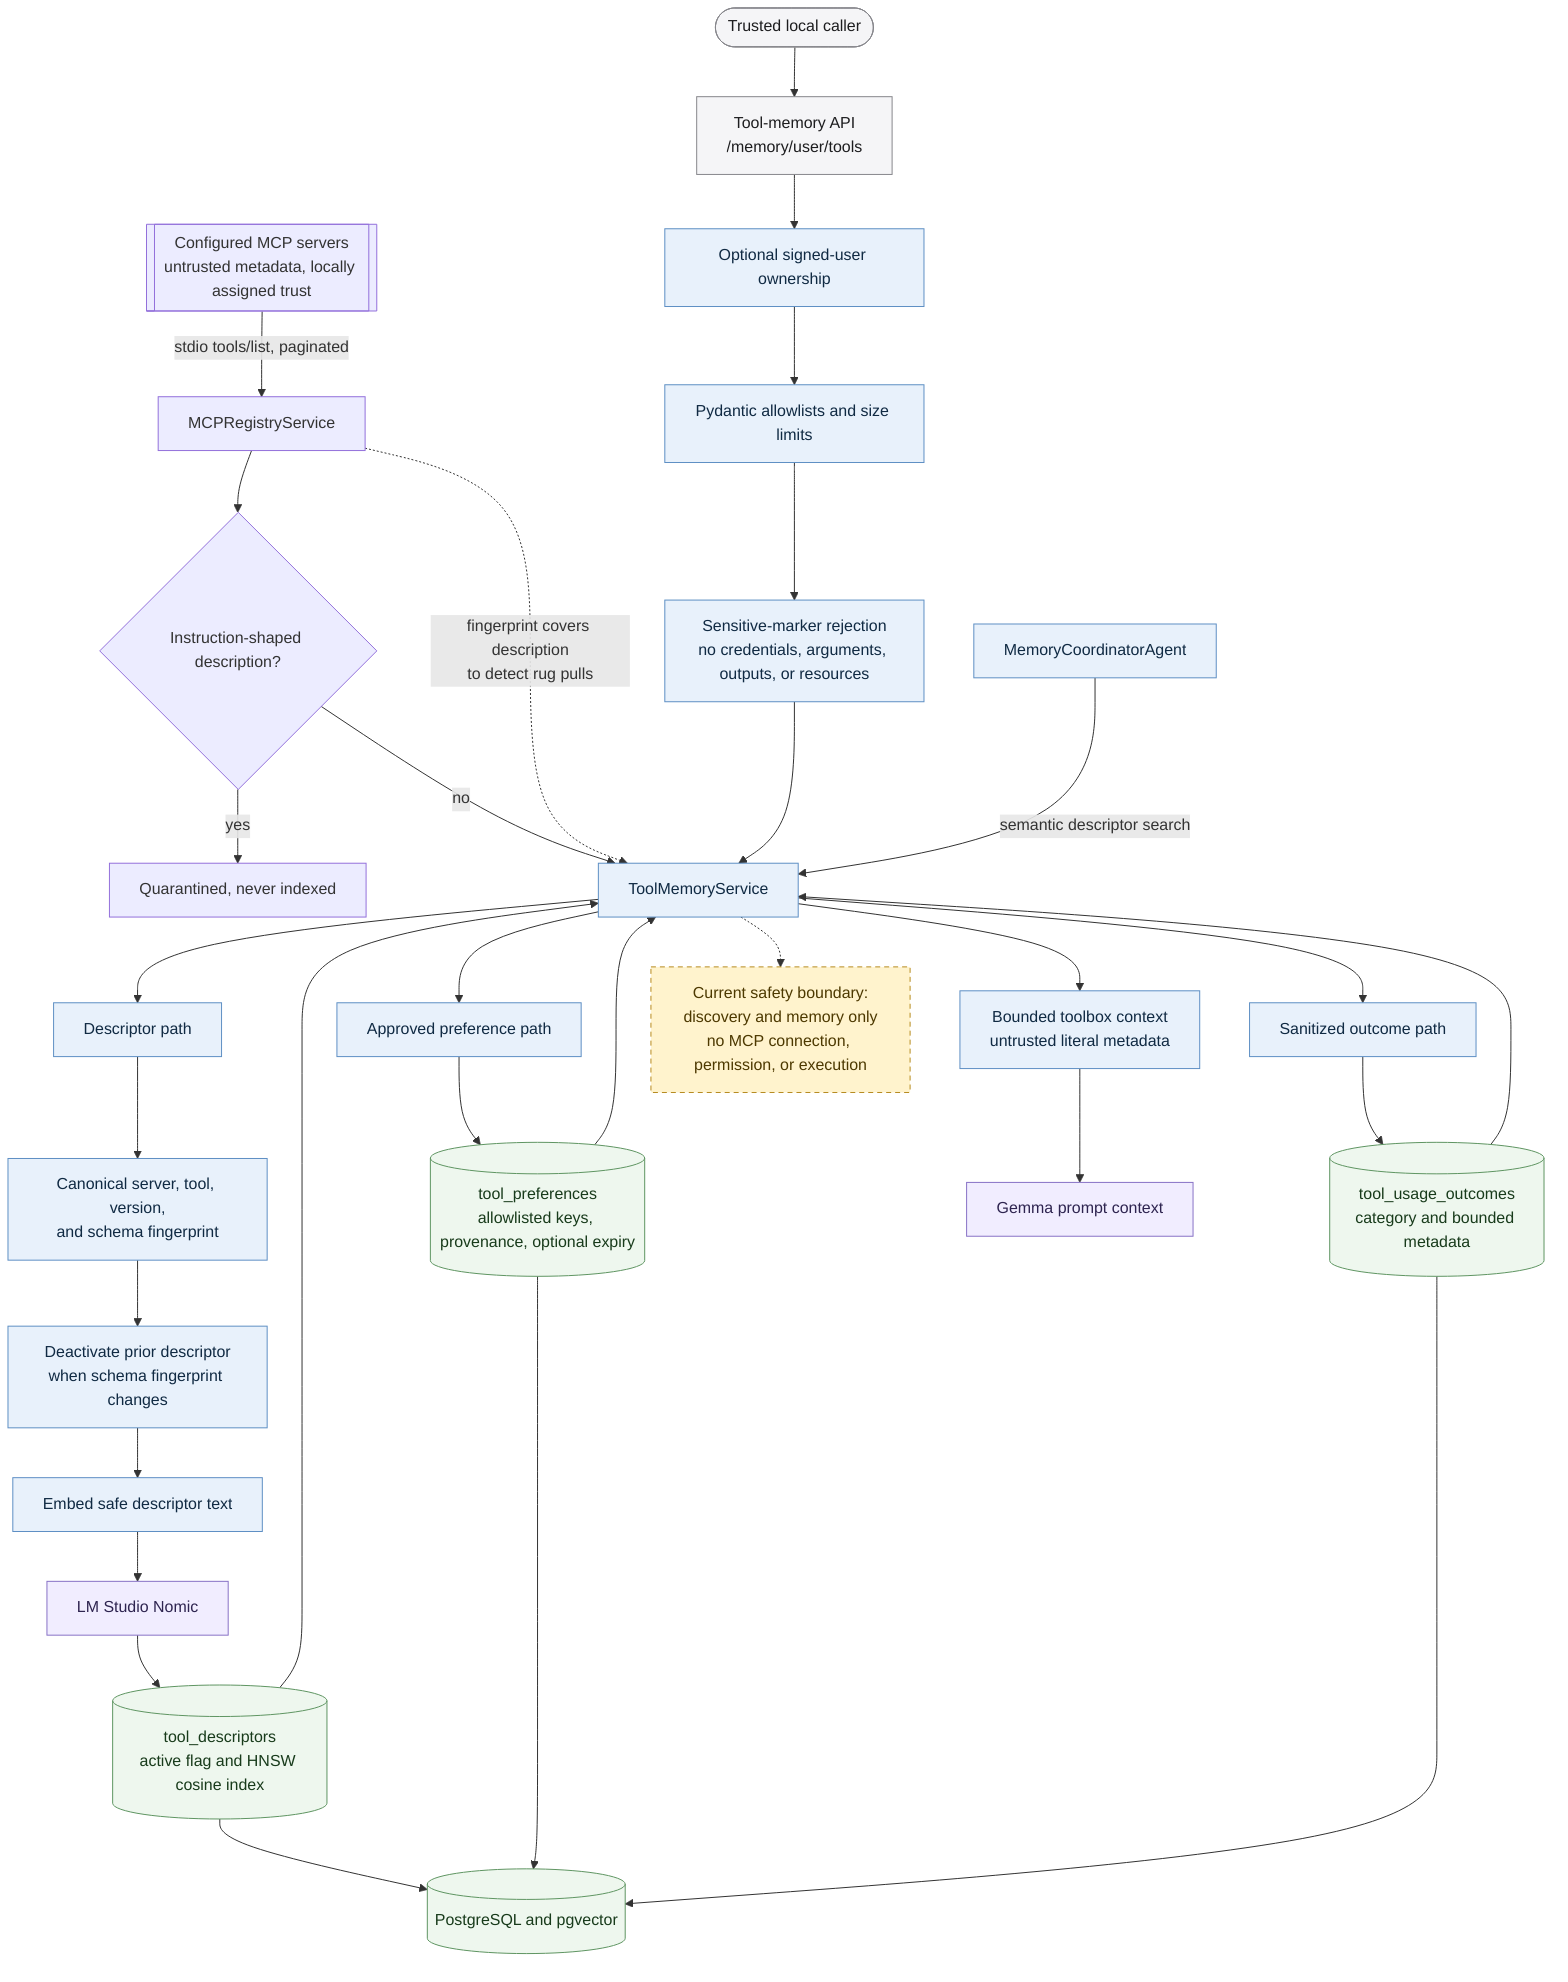
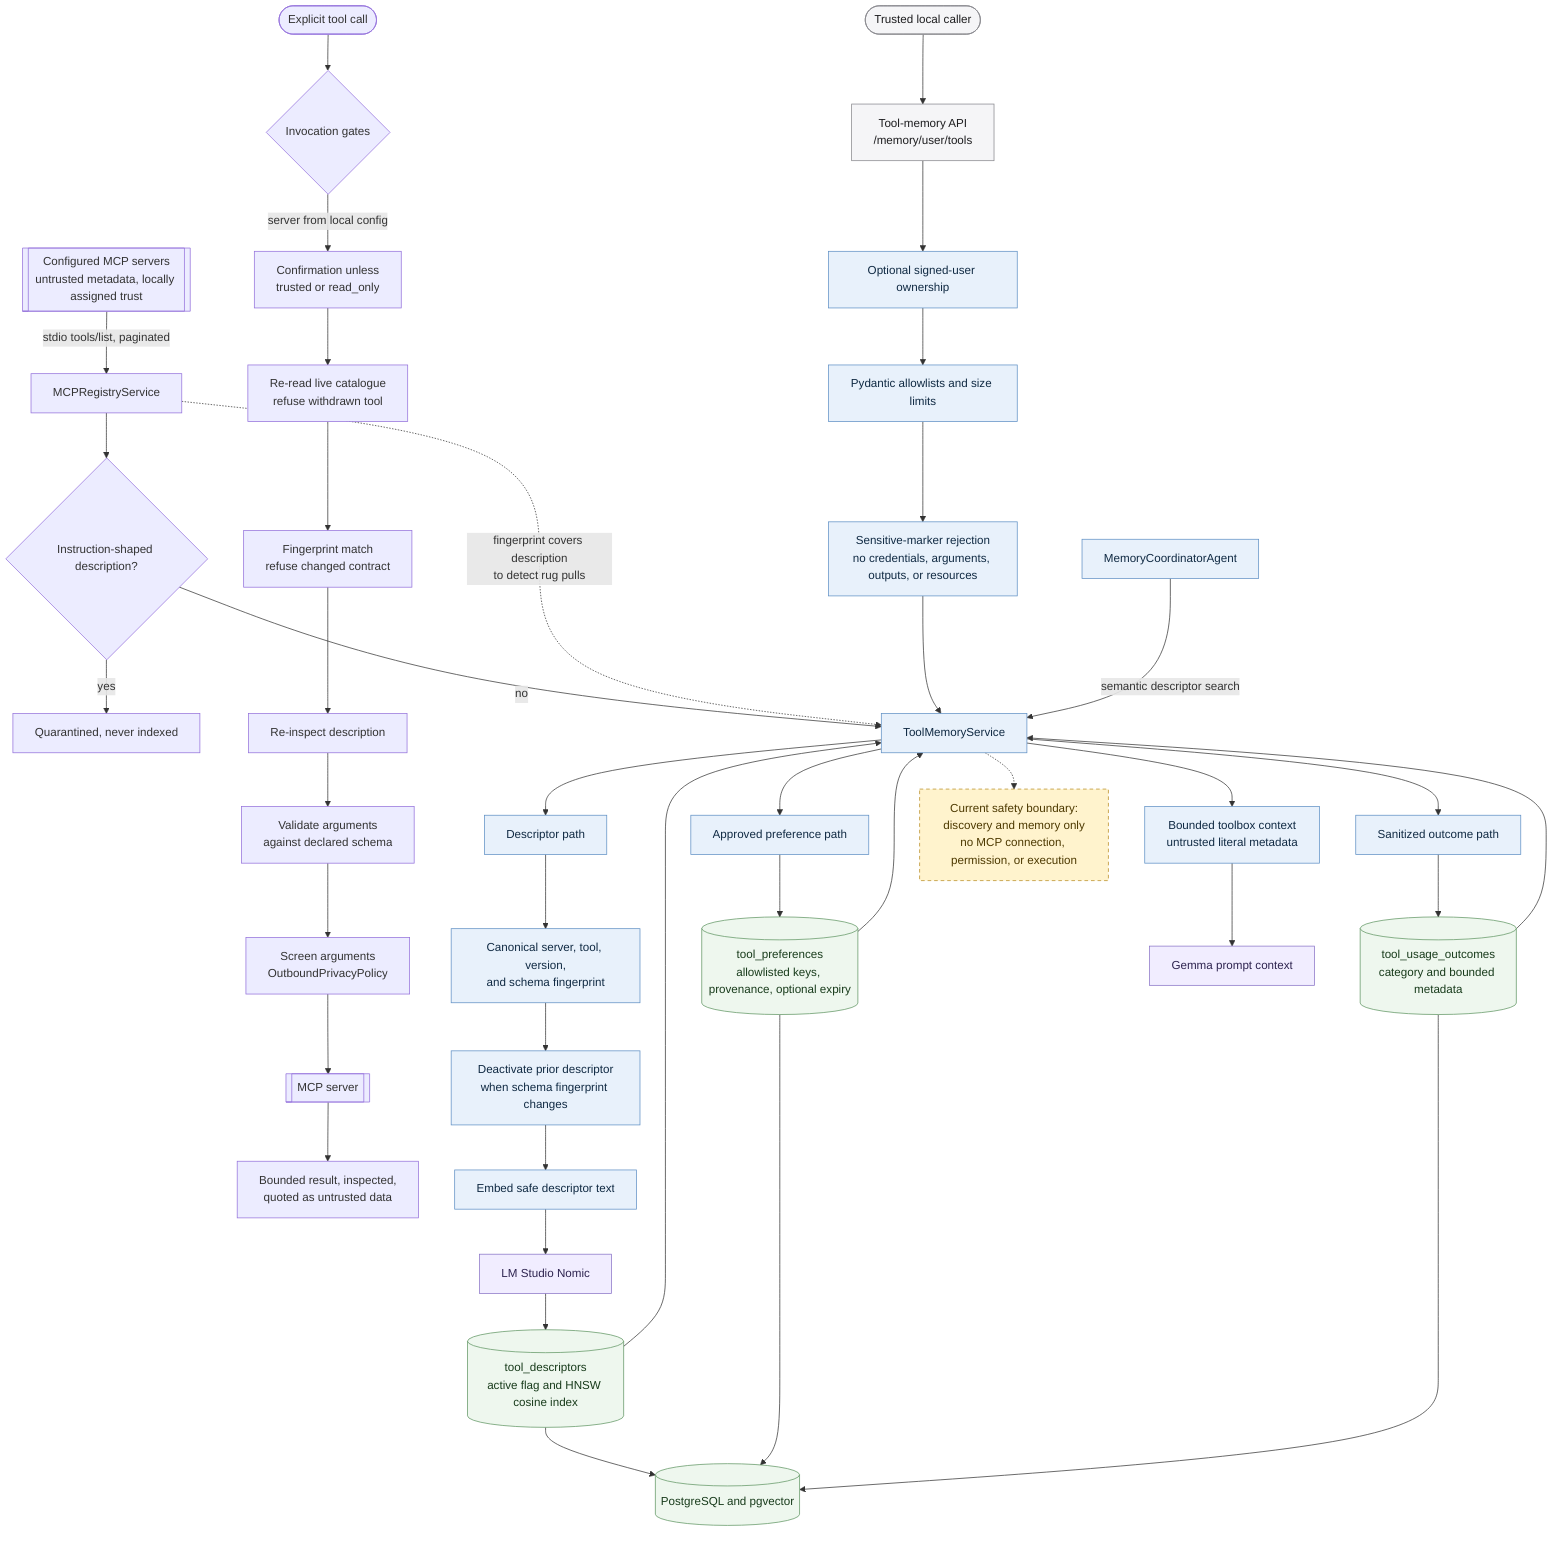
flowchart TB
    MCPServers[[Configured MCP servers<br/>untrusted metadata, locally assigned trust]]
    MCPServers -->|stdio tools/list, paginated| Discovery[MCPRegistryService]
    Discovery --> Poison{Instruction-shaped description?}
    Poison -->|yes| Quarantine[Quarantined, never indexed]
    Poison -->|no| Service
    Discovery -. fingerprint covers description<br/>to detect rug pulls .-> Service
+ 
+     Invoke([Explicit tool call]) --> Gates{Invocation gates}
+     Gates -->|server from local config| G1[Confirmation unless<br/>trusted or read_only]
+     G1 --> G2[Re-read live catalogue<br/>refuse withdrawn tool]
+     G2 --> G3[Fingerprint match<br/>refuse changed contract]
+     G3 --> G4[Re-inspect description]
+     G4 --> G5[Validate arguments<br/>against declared schema]
+     G5 --> G6[Screen arguments<br/>OutboundPrivacyPolicy]
+     G6 --> Server[[MCP server]]
+     Server --> Bounded[Bounded result, inspected,<br/>quoted as untrusted data]

    Caller([Trusted local caller]) --> ToolAPI[Tool-memory API<br/>/memory/user/tools]
    ToolAPI --> Ownership[Optional signed-user ownership]
    Ownership --> Schema[Pydantic allowlists and size limits]
    Schema --> Sensitive[Sensitive-marker rejection<br/>no credentials, arguments, outputs, or resources]
    Sensitive --> Service[ToolMemoryService]

    Service --> DescriptorPath[Descriptor path]
    DescriptorPath --> Identity[Canonical server, tool, version,<br/>and schema fingerprint]
    Identity --> Deactivate[Deactivate prior descriptor<br/>when schema fingerprint changes]
    Deactivate --> Embed[Embed safe descriptor text]
    Embed --> Nomic[LM Studio Nomic]
    Nomic --> Descriptors[(tool_descriptors<br/>active flag and HNSW cosine index)]

    Service --> PreferencePath[Approved preference path]
    PreferencePath --> Preferences[(tool_preferences<br/>allowlisted keys, provenance, optional expiry)]
    Service --> OutcomePath[Sanitized outcome path]
    OutcomePath --> Outcomes[(tool_usage_outcomes<br/>category and bounded metadata)]

    Coordinator[MemoryCoordinatorAgent] -->|semantic descriptor search| Service
    Descriptors --> Service
    Preferences --> Service
    Outcomes --> Service
    Service --> Toolbox[Bounded toolbox context<br/>untrusted literal metadata]
    Toolbox --> Gemma[Gemma prompt context]

    Database[(PostgreSQL and pgvector)]
    Descriptors --> Database
    Preferences --> Database
    Outcomes --> Database

    Boundary[Current safety boundary:<br/>discovery and memory only<br/>no MCP connection, permission, or execution]
    Service -.-> Boundary

    classDef interface fill:#f5f5f7,stroke:#86868b,color:#1d1d1f;
    classDef application fill:#e8f1fb,stroke:#5e8fc4,color:#102a43;
    classDef data fill:#eef7ee,stroke:#5f9562,color:#183b1b;
    classDef external fill:#f1edff,stroke:#8872c6,color:#2e2450;
    classDef warning fill:#fff3cd,stroke:#b78b20,color:#4d3900,stroke-dasharray:5 4;
    class Caller,ToolAPI interface;
    class Ownership,Schema,Sensitive,Service,DescriptorPath,Identity,Deactivate,Embed,PreferencePath,OutcomePath,Coordinator,Toolbox application;
    class Descriptors,Preferences,Outcomes,Database data;
    class Nomic,Gemma external;
    class Boundary warning;
